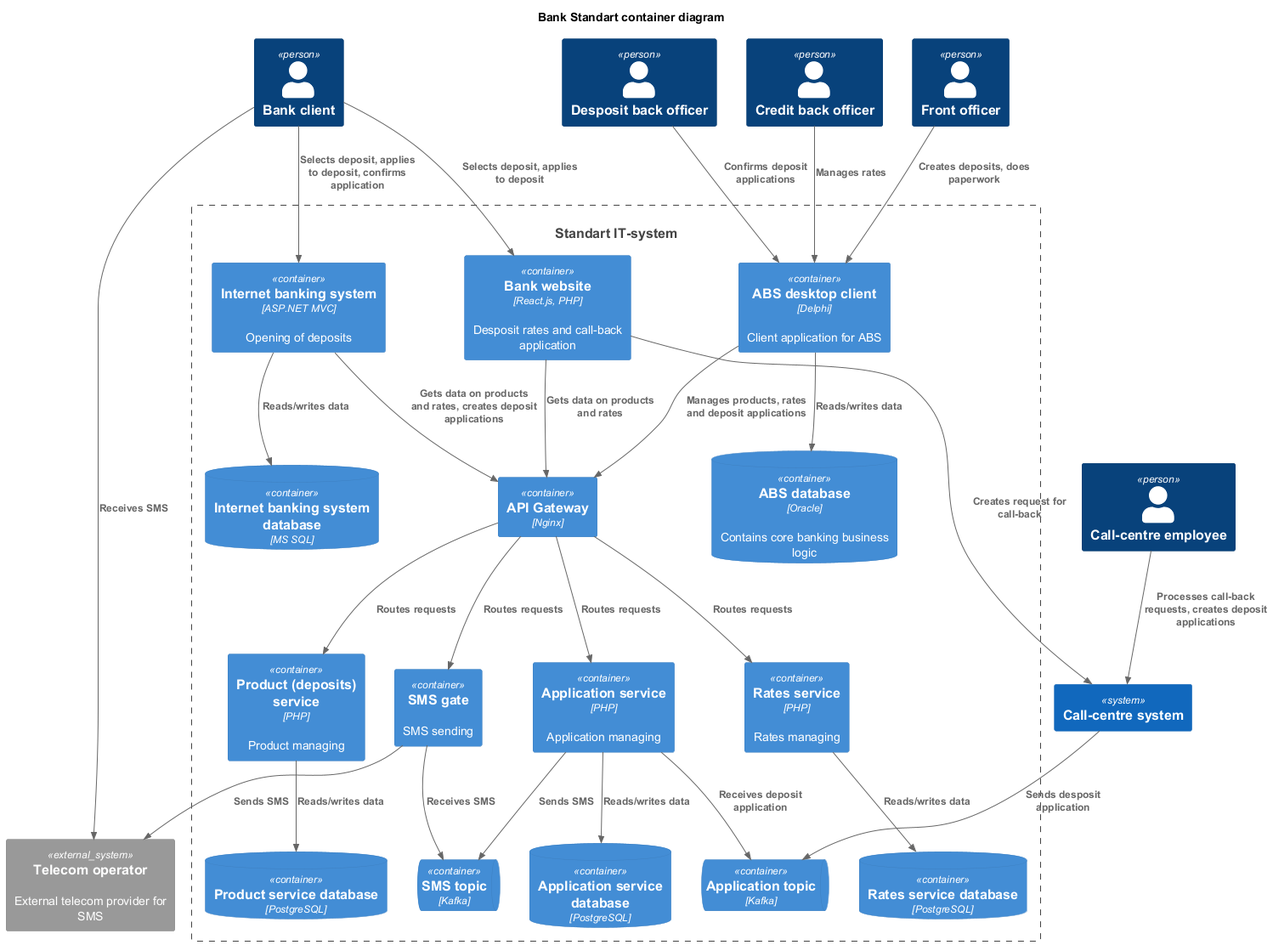
Earlier version of the PlantUML export Task3/c4_container_diagram.png (grafkozloff/architecture-standart).
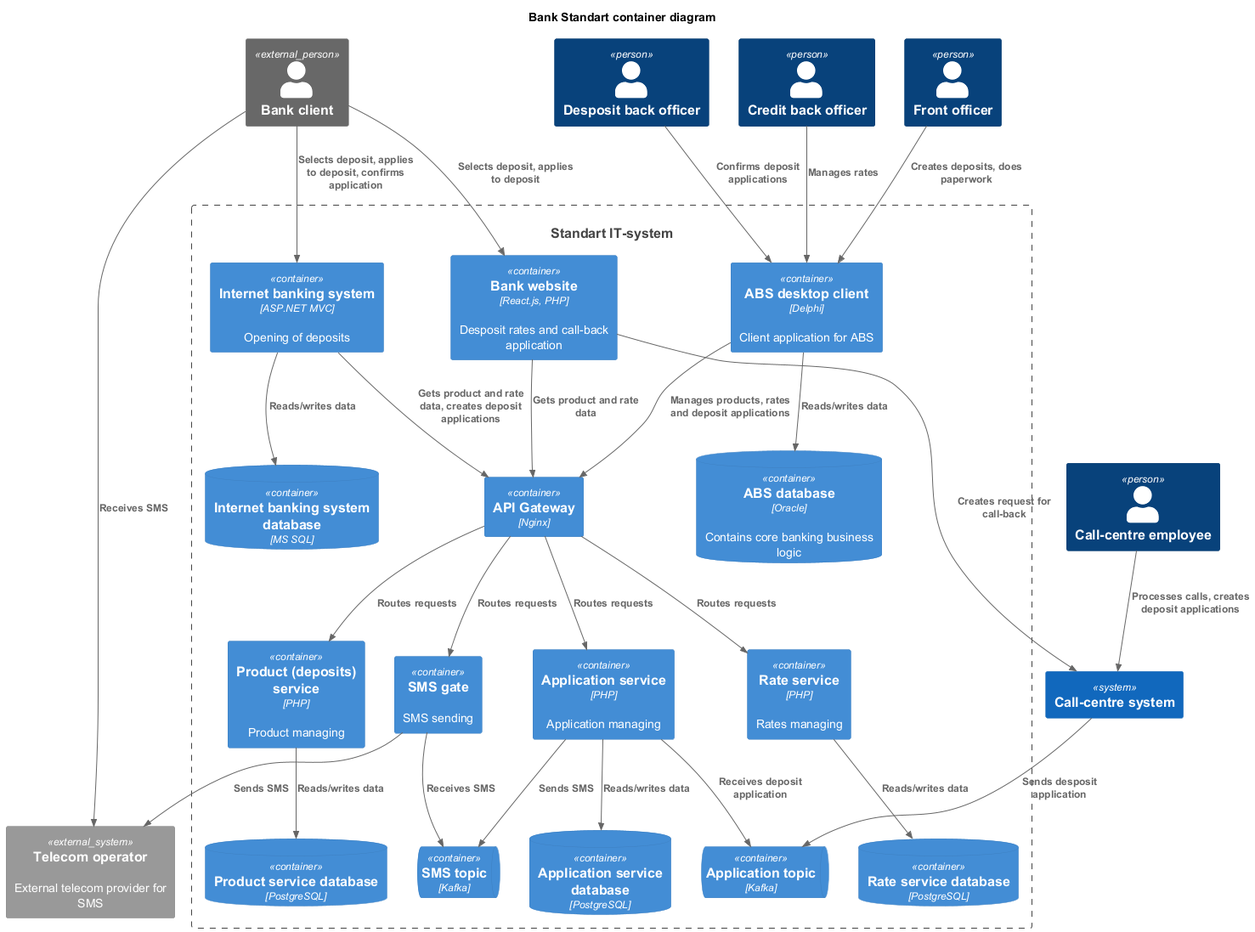
Later version of the same file.

Change to the diagram source:
```diff
@@ -5,7 +5,7 @@
 
 !includeurl https://raw.githubusercontent.com/RicardoNiepel/C4-PlantUML/master/C4_Component.puml
 
-Person(client, "Bank client", "")
+Person_Ext(client, "Bank client", "")
 Person(callCentreEmp, "Call-centre employee", "")
 Person(depositBackOfficer, "Desposit back officer", "")
 Person(creditBackOfficer, "Credit back officer", "")
@@ -21,22 +21,22 @@
     Container(absClient, "ABS desktop client", "Delphi", "Client application for ABS")
     Container(website, "Bank website", "React.js, PHP", "Desposit rates and call-back application")
     Container(smsGate, "SMS gate", "", "SMS sending")
-    Container(ratesService, "Rates service", "PHP", "Rates managing")
+    Container(rateService, "Rate service", "PHP", "Rates managing")
     Container(productService, "Product (deposits) service", "PHP", "Product managing")
     Container(applicationService, "Application service", "PHP", "Application managing")
     ContainerDb(absDB, "ABS database", "Oracle", "Contains core banking business logic")
     ContainerDb(internetBankDB, "Internet banking system database", "MS SQL", "")
-    ContainerDb(ratesServiceDB, "Rates service database", "PostgreSQL", "")
+    ContainerDb(rateServiceDB, "Rate service database", "PostgreSQL", "")
     ContainerDb(productServiceDB, "Product service database", "PostgreSQL", "")
     ContainerDb(applicationServiceDB, "Application service database", "PostgreSQL", "")
-  ContainerQueue(smsTopic, "SMS topic", "Kafka")
-  ContainerQueue(applicationTopic, "Application topic", "Kafka")
+    ContainerQueue(smsTopic, "SMS topic", "Kafka")
+    ContainerQueue(applicationTopic, "Application topic", "Kafka")
 }
 
 Rel(client, website, "Selects deposit, applies to deposit")
-Rel(website, apiGateway, "Gets data on products and rates")
+Rel(website, apiGateway, "Gets product and rate data")
 Rel(website, callCentreSys, "Creates request for call-back")
-Rel(callCentreEmp, callCentreSys, "Processes call-back requests, creates deposit applications")
+Rel(callCentreEmp, callCentreSys, "Processes calls, creates deposit applications")
 Rel(callCentreSys, applicationTopic, "Sends desposit application")
 Rel(applicationService, applicationTopic, "Receives deposit application")
 Rel(depositBackOfficer, absClient, "Confirms deposit applications")
@@ -45,10 +45,10 @@
 Rel(frontOfficer, absClient, "Creates deposits, does paperwork")
 
 Rel(client, internetBank, "Selects deposit, applies to deposit, confirms application")
-Rel(internetBank, apiGateway, "Gets data on products and rates, creates deposit applications")
+Rel(internetBank, apiGateway, "Gets product and rate data, creates deposit applications")
 
 Rel(apiGateway, smsGate, "Routes requests")
-Rel(apiGateway, ratesService, "Routes requests")
+Rel(apiGateway, rateService, "Routes requests")
 Rel(apiGateway, productService, "Routes requests")
 Rel(apiGateway, applicationService, "Routes requests")
 
@@ -60,7 +60,7 @@
 
 Rel(absClient, absDB, "Reads/writes data")
 Rel(internetBank, internetBankDB, "Reads/writes data")
-Rel(ratesService, ratesServiceDB, "Reads/writes data")
+Rel(rateService, rateServiceDB, "Reads/writes data")
 Rel(productService, productServiceDB, "Reads/writes data")
 Rel(applicationService, applicationServiceDB, "Reads/writes data")
 
```
